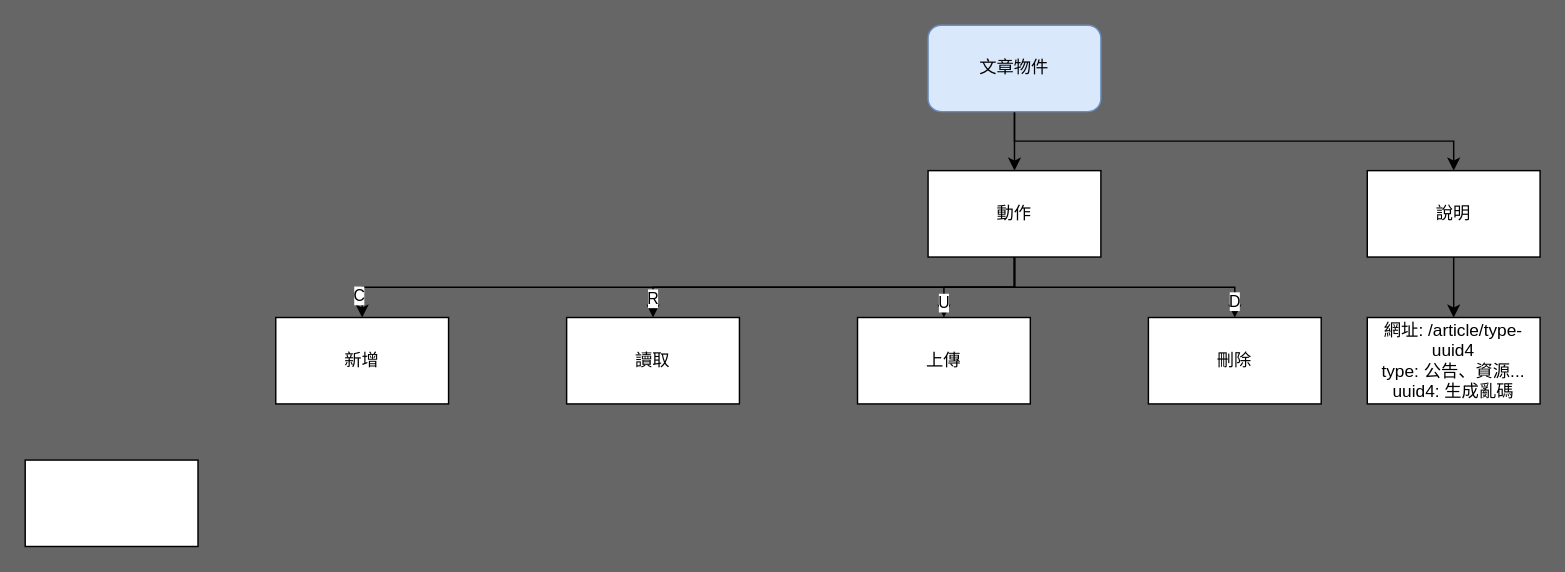
The draw.io diagram page "文件物件-後端" (2 of 3) of Untitled Diagram.drawio in LawrenceLee0113/LawrenceLee0113, before the edit. Source tidied: cells renumbered, new cells numbered last; positions are measured from the earlier drawing's top-left corner, leaving out a move shared by most shapes. Both pictures are drawn from the tidied source at 144%, with x=0, y=0 at pixel (24, 24).
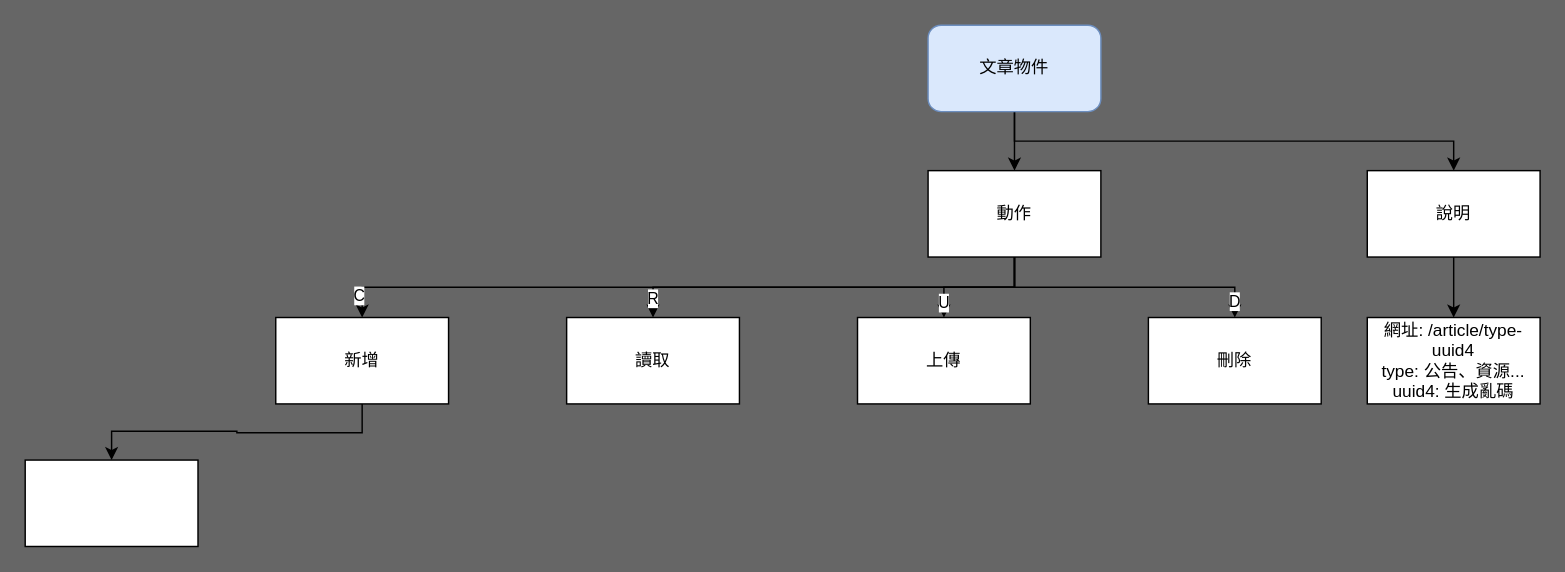
The same page after the edit.

The edit, as a diff of the source:
```diff
@@
 <mxGraphModel background="#666666">
   <root>
     <mxCell id="0" />
     <mxCell id="1" parent="0" />
     <mxCell id="2" style="edgeStyle=orthogonalEdgeStyle;rounded=0;jettySize=auto;html=1;entryX=0.5;entryY=0;entryDx=0;entryDy=0;exitX=0.5;exitY=1;exitDx=0;exitDy=0;" parent="1" edge="1" source="4" target="6">
       <mxGeometry relative="1" as="geometry" />
     </mxCell>
     <mxCell id="3" style="edgeStyle=orthogonalEdgeStyle;rounded=0;jettySize=auto;html=1;exitX=0.5;exitY=1;exitDx=0;exitDy=0;" parent="1" edge="1" source="4" target="12">
       <mxGeometry relative="1" as="geometry" />
     </mxCell>
     <mxCell id="4" value="文章物件" style="rounded=1;whiteSpace=wrap;html=1;fillColor=#dae8fc;strokeColor=#6c8ebf;" parent="1" vertex="1">
       <mxGeometry x="627" width="120" height="60" as="geometry" />
     </mxCell>
     <mxCell id="5" style="edgeStyle=orthogonalEdgeStyle;rounded=0;jettySize=auto;html=1;" parent="1" edge="1" source="6" target="7">
       <mxGeometry relative="1" as="geometry" />
     </mxCell>
     <mxCell id="6" value="說明" style="whiteSpace=wrap;html=1;" parent="1" vertex="1">
       <mxGeometry x="932" y="101" width="120" height="60" as="geometry" />
     </mxCell>
     <mxCell id="7" value="網址: /article/type-uuid4&lt;br&gt;type: 公告、資源...&lt;br&gt;uuid4: 生成亂碼" style="rounded=0;whiteSpace=wrap;html=1;" parent="1" vertex="1">
       <mxGeometry x="932" y="203" width="120" height="60" as="geometry" />
     </mxCell>
     <mxCell id="8" value="C" style="edgeStyle=orthogonalEdgeStyle;rounded=0;jettySize=auto;html=1;exitX=0.5;exitY=1;exitDx=0;exitDy=0;" parent="1" edge="1" source="12" target="13">
       <mxGeometry x="0.94" y="-2" relative="1" as="geometry" />
     </mxCell>
     <mxCell id="9" value="R" style="edgeStyle=orthogonalEdgeStyle;rounded=0;jettySize=auto;html=1;exitX=0.5;exitY=1;exitDx=0;exitDy=0;" parent="1" edge="1" source="12" target="14">
       <mxGeometry x="0.91" relative="1" as="geometry" />
     </mxCell>
     <mxCell id="10" value="U" style="edgeStyle=orthogonalEdgeStyle;rounded=0;jettySize=auto;html=1;exitX=0.5;exitY=1;exitDx=0;exitDy=0;" parent="1" edge="1" source="12" target="15">
       <mxGeometry x="0.78" relative="1" as="geometry" />
     </mxCell>
     <mxCell id="11" value="D" style="edgeStyle=orthogonalEdgeStyle;rounded=0;jettySize=auto;html=1;exitX=0.5;exitY=1;exitDx=0;exitDy=0;" parent="1" edge="1" source="12" target="16">
       <mxGeometry x="0.89" relative="1" as="geometry" />
     </mxCell>
     <mxCell id="12" value="動作" style="rounded=0;whiteSpace=wrap;html=1;" parent="1" vertex="1">
       <mxGeometry x="627" y="101" width="120" height="60" as="geometry" />
     </mxCell>
+    <mxCell id="18" style="edgeStyle=orthogonalEdgeStyle;rounded=0;jettySize=auto;html=1;exitX=0.5;exitY=1;exitDx=0;exitDy=0;" parent="1" edge="1" source="13" target="17">
+      <mxGeometry relative="1" as="geometry" />
+    </mxCell>
     <mxCell id="13" value="新增" style="rounded=0;whiteSpace=wrap;html=1;" parent="1" vertex="1">
       <mxGeometry x="174" y="203" width="120" height="60" as="geometry" />
     </mxCell>
     <mxCell id="14" value="讀取" style="rounded=0;whiteSpace=wrap;html=1;" parent="1" vertex="1">
       <mxGeometry x="376" y="203" width="120" height="60" as="geometry" />
     </mxCell>
     <mxCell id="15" value="上傳" style="rounded=0;whiteSpace=wrap;html=1;" parent="1" vertex="1">
       <mxGeometry x="578" y="203" width="120" height="60" as="geometry" />
     </mxCell>
     <mxCell id="16" value="刪除" style="rounded=0;whiteSpace=wrap;html=1;" parent="1" vertex="1">
       <mxGeometry x="780" y="203" width="120" height="60" as="geometry" />
     </mxCell>
     <mxCell id="17" style="rounded=0;whiteSpace=wrap;html=1;" parent="1" vertex="1">
       <mxGeometry y="302" width="120" height="60" as="geometry" />
     </mxCell>
   </root>
 </mxGraphModel>
```
